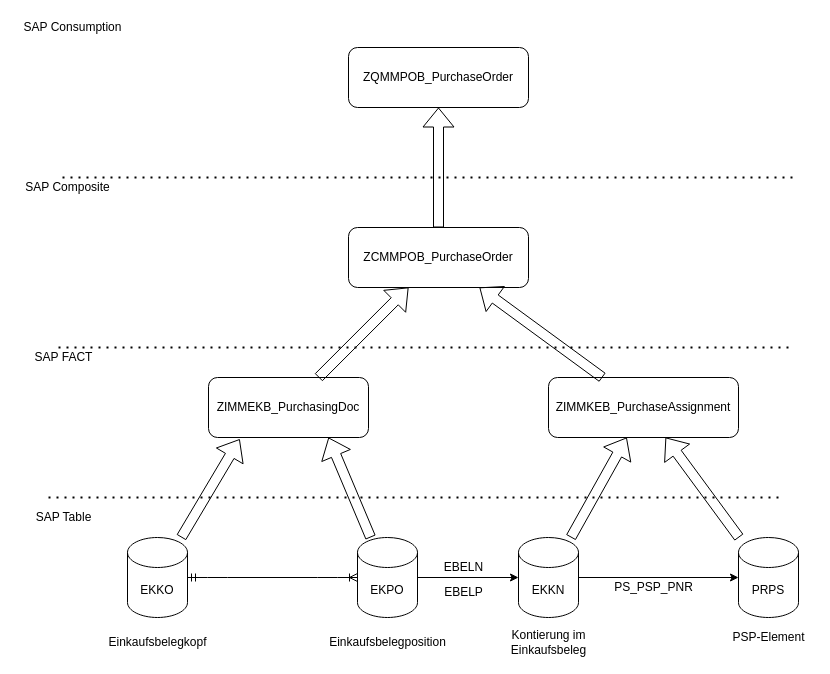
Above: 2.Bestellung.drawio in deguotaoma/Aufgaben (draw.io), before the change. Source tidied: cells renumbered, new cells numbered last; positions are measured from the earlier drawing's top-left corner, leaving out a move shared by most shapes. Both pictures are drawn from the tidied source at 100%, with x=0, y=0 at pixel (17, 17).
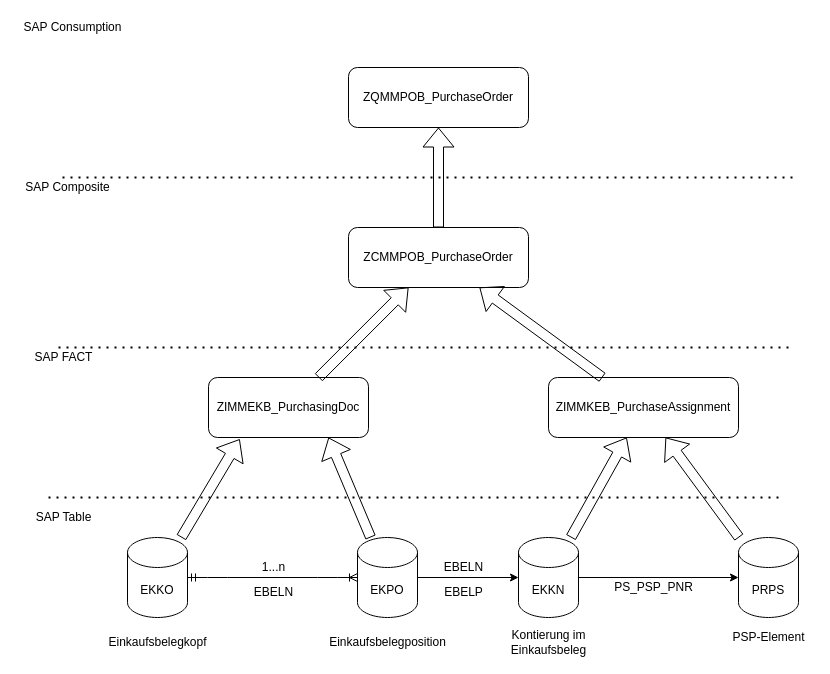
After the change.

Change to the diagram source:
```diff
@@
     <mxCell id="20" value="ZQMMPOB_PurchaseOrder" style="rounded=1;whiteSpace=wrap;html=1;" parent="1" vertex="1">
-      <mxGeometry x="331" y="30" width="180" height="60" as="geometry" />
+      <mxGeometry x="331" y="50" width="180" height="60" as="geometry" />
     </mxCell>
@@
+    <mxCell id="34" value="EBELN" style="text;html=1;align=center;verticalAlign=middle;strokeColor=none;" parent="1" vertex="1">
+      <mxGeometry x="231" y="565" width="50" height="20" as="geometry" />
+    </mxCell>
+    <mxCell id="35" value="1...n" style="text;html=1;align=center;verticalAlign=middle;strokeColor=none;" parent="1" vertex="1">
+      <mxGeometry x="236" y="540" width="40" height="20" as="geometry" />
+    </mxCell>
```
